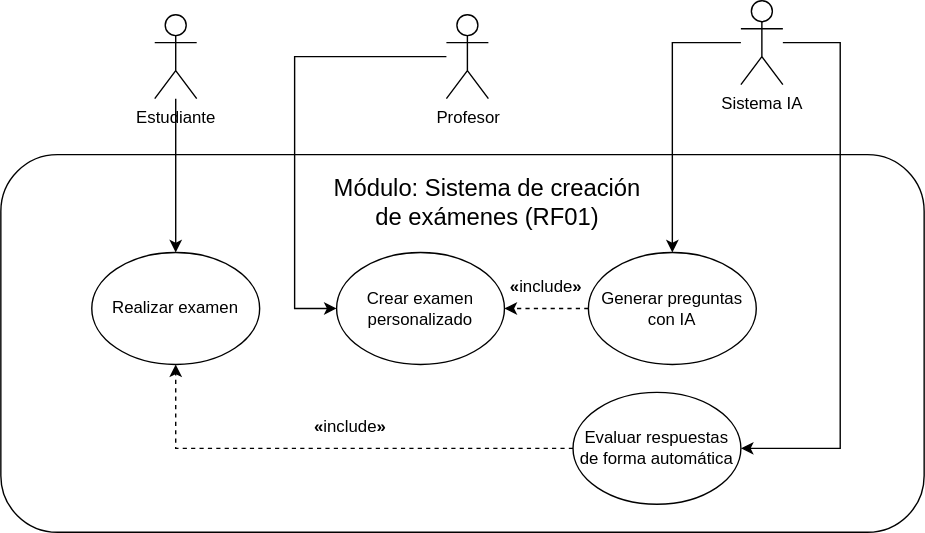
Above: docs/usecases/UCD-gestionDeExamenes.svg in Juanb7737/calificia (draw.io), before the change. Source tidied: cells renumbered, new cells last; positions are measured from the earlier drawing's top-left corner, leaving out a move shared by most shapes.
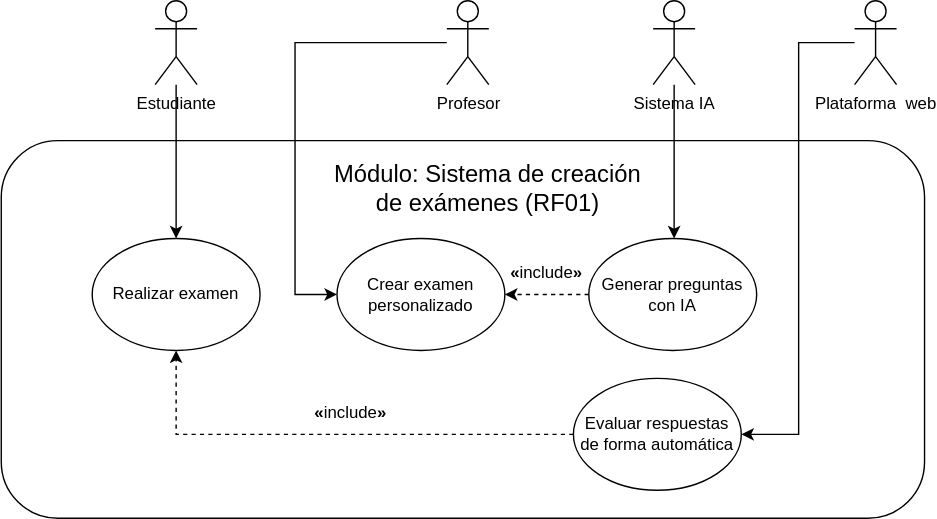
After the commit.

Change to the diagram source:
```diff
@@ -22,11 +22,11 @@
     <mxCell id="6" value="Estudiante" style="shape=umlActor;verticalLabelPosition=bottom;verticalAlign=top;html=1;" parent="1" vertex="1">
       <mxGeometry x="110" y="10" width="30" height="60" as="geometry" />
     </mxCell>
-    <mxCell id="7" style="edgeStyle=orthogonalEdgeStyle;rounded=0;jettySize=auto;html=1;entryX=1;entryY=0.5;entryDx=0;entryDy=0;" parent="1" edge="1" source="9" target="15">
+    <mxCell id="7" style="edgeStyle=orthogonalEdgeStyle;rounded=0;jettySize=auto;html=1;entryX=1;entryY=0.5;entryDx=0;entryDy=0;" parent="1" edge="1" source="19" target="15">
       <mxGeometry relative="1" as="geometry">
         <Array as="points">
-          <mxPoint x="600" y="30" />
-          <mxPoint x="600" y="320" />
+          <mxPoint x="570" y="40" />
+          <mxPoint x="570" y="320" />
         </Array>
       </mxGeometry>
     </mxCell>
@@ -38,7 +38,7 @@
       </mxGeometry>
     </mxCell>
     <mxCell id="9" value="Sistema IA" style="shape=umlActor;verticalLabelPosition=bottom;verticalAlign=top;html=1;" parent="1" vertex="1">
-      <mxGeometry x="529" width="30" height="60" as="geometry" />
+      <mxGeometry x="466" y="10" width="30" height="60" as="geometry" />
     </mxCell>
     <mxCell id="10" value="Crear examen personalizado" style="ellipse;whiteSpace=wrap;html=1;" parent="1" vertex="1">
       <mxGeometry x="240" y="180" width="120" height="80" as="geometry" />
@@ -67,5 +67,8 @@
     <mxCell id="18" value="&lt;span id=&quot;columnas_especial&quot;&gt;&lt;strong&gt;«&lt;/strong&gt;&lt;/span&gt;include&lt;strong&gt;»&lt;/strong&gt;" style="text;html=1;align=center;verticalAlign=middle;whiteSpace=wrap;rounded=0;" parent="1" vertex="1">
       <mxGeometry x="220" y="290" width="60" height="30" as="geometry" />
     </mxCell>
+    <mxCell id="19" value="Plataforma&amp;nbsp; web" style="shape=umlActor;verticalLabelPosition=bottom;verticalAlign=top;html=1;" parent="1" vertex="1">
+      <mxGeometry x="610" y="10" width="30" height="60" as="geometry" />
+    </mxCell>
   </root>
 </mxGraphModel>
```
